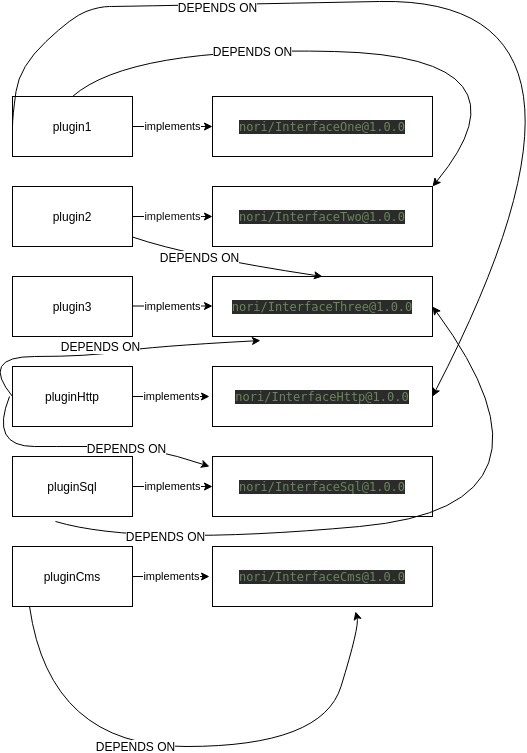
This is internal/dependency/schemes/TestDependencyGraph_SortWithRing.png from secure2work/nori, a draw.io export, as it was before one commit. Source tidied: cells renumbered, new cells last; positions are measured from the earlier drawing's top-left corner, leaving out a move shared by most shapes.
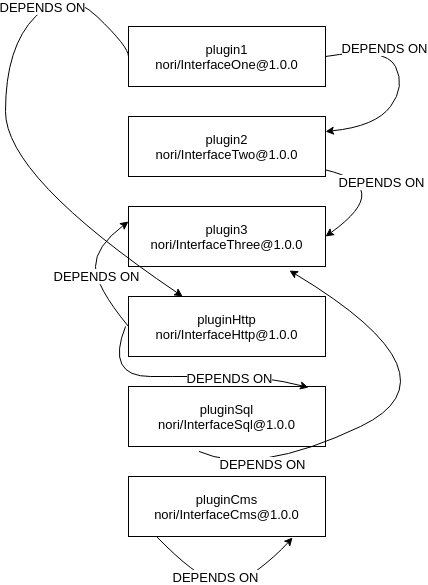
Above is the later version.

What changed in the source:
```diff
@@ -2,121 +2,65 @@
   <root>
     <mxCell id="0" />
     <mxCell id="1" parent="0" />
-    <mxCell id="2" value="plugin1" style="rounded=0;whiteSpace=wrap;html=1;" parent="1" vertex="1">
-      <mxGeometry x="33" y="100" width="120" height="60" as="geometry" />
+    <mxCell id="2" value="plugin1&lt;br style=&quot;font-size: 13px;&quot;&gt;&lt;div style=&quot;font-size: 13px;&quot;&gt;&lt;span style=&quot;font-size: 13px;&quot;&gt;nori/InterfaceOne@1.0.0&lt;/span&gt;&lt;/div&gt;" style="rounded=0;whiteSpace=wrap;html=1;labelBackgroundColor=#ffffff;fontColor=#000000;fontSize=13;fontFamily=Helvetica;" parent="1" vertex="1">
+      <mxGeometry x="33" y="100" width="197" height="60" as="geometry" />
     </mxCell>
-    <mxCell id="3" value="plugin2" style="rounded=0;whiteSpace=wrap;html=1;" parent="1" vertex="1">
-      <mxGeometry x="33" y="190" width="120" height="60" as="geometry" />
+    <mxCell id="3" value="plugin2&lt;br style=&quot;font-size: 13px;&quot;&gt;&lt;div style=&quot;font-size: 13px;&quot;&gt;&lt;span style=&quot;font-size: 13px;&quot;&gt;nori/InterfaceTwo@1.0.0&lt;/span&gt;&lt;/div&gt;" style="rounded=0;whiteSpace=wrap;html=1;labelBackgroundColor=#ffffff;fontColor=#000000;fontSize=13;fontFamily=Helvetica;" parent="1" vertex="1">
+      <mxGeometry x="33" y="190" width="197" height="60" as="geometry" />
     </mxCell>
-    <mxCell id="4" value="plugin3" style="rounded=0;whiteSpace=wrap;html=1;" parent="1" vertex="1">
-      <mxGeometry x="33" y="280" width="120" height="60" as="geometry" />
+    <mxCell id="4" value="plugin3&lt;br style=&quot;font-size: 13px;&quot;&gt;&lt;div style=&quot;font-size: 13px;&quot;&gt;&lt;span style=&quot;font-size: 13px;&quot;&gt;nori/InterfaceThree@1.0.0&lt;/span&gt;&lt;/div&gt;" style="rounded=0;whiteSpace=wrap;html=1;labelBackgroundColor=#ffffff;fontColor=#000000;fontSize=13;fontFamily=Helvetica;" parent="1" vertex="1">
+      <mxGeometry x="33" y="280" width="197" height="60" as="geometry" />
     </mxCell>
-    <mxCell id="5" value="pluginHttp" style="rounded=0;whiteSpace=wrap;html=1;" parent="1" vertex="1">
-      <mxGeometry x="33" y="370" width="120" height="60" as="geometry" />
+    <mxCell id="5" value="pluginHttp&lt;br style=&quot;font-size: 13px;&quot;&gt;&lt;div style=&quot;font-size: 13px;&quot;&gt;&lt;span style=&quot;font-size: 13px;&quot;&gt;nori/InterfaceHttp@1.0.0&lt;/span&gt;&lt;/div&gt;" style="rounded=0;whiteSpace=wrap;html=1;labelBackgroundColor=#ffffff;fontColor=#000000;fontSize=13;fontFamily=Helvetica;" parent="1" vertex="1">
+      <mxGeometry x="33" y="370" width="197" height="60" as="geometry" />
     </mxCell>
-    <mxCell id="6" value="implements" style="endArrow=classic;html=1;exitX=1;exitY=0.5;exitDx=0;exitDy=0;" parent="1" edge="1" source="5">
-      <mxGeometry relative="1" as="geometry">
-        <mxPoint x="230" y="400" as="targetPoint" />
-      </mxGeometry>
-    </mxCell>
-    <mxCell id="7" value="&lt;pre style=&quot;background-color: rgb(43 , 43 , 43) ; font-family: &amp;#34;dejavu sans mono&amp;#34; ; font-size: 9pt&quot;&gt;&lt;pre style=&quot;color: rgb(169 , 183 , 198) ; font-family: &amp;#34;dejavu sans mono&amp;#34; ; font-size: 9pt&quot;&gt;&lt;pre style=&quot;font-family: &amp;#34;dejavu sans mono&amp;#34; ; font-size: 9pt&quot;&gt;&lt;span style=&quot;color: #6a8759&quot;&gt;nori/InterfaceOne@1.0.0&lt;/span&gt;&lt;/pre&gt;&lt;/pre&gt;&lt;/pre&gt;" style="rounded=0;html=1;fontColor=#FFFFFF;whiteSpace=wrap;" parent="1" vertex="1">
-      <mxGeometry x="233" y="100" width="220" height="60" as="geometry" />
-    </mxCell>
-    <mxCell id="8" value="implements" style="endArrow=classic;html=1;exitX=1;exitY=0.5;exitDx=0;exitDy=0;entryX=0;entryY=0.5;entryDx=0;entryDy=0;" parent="1" edge="1" source="2" target="7">
-      <mxGeometry relative="1" as="geometry" />
-    </mxCell>
-    <mxCell id="9" value="Text" style="text;html=1;align=center;verticalAlign=middle;fontColor=#FFFFFF;" parent="1" vertex="1">
-      <mxGeometry x="266" y="230" width="40" height="20" as="geometry" />
-    </mxCell>
-    <mxCell id="10" value="&lt;pre style=&quot;background-color: rgb(43 , 43 , 43) ; font-family: &amp;#34;dejavu sans mono&amp;#34; ; font-size: 9pt&quot;&gt;&lt;pre style=&quot;color: rgb(169 , 183 , 198) ; font-family: &amp;#34;dejavu sans mono&amp;#34; ; font-size: 9pt&quot;&gt;&lt;pre style=&quot;font-family: &amp;#34;dejavu sans mono&amp;#34; ; font-size: 9pt&quot;&gt;&lt;span style=&quot;color: #6a8759&quot;&gt;nori/InterfaceTwo@1.0.0&lt;/span&gt;&lt;/pre&gt;&lt;/pre&gt;&lt;/pre&gt;" style="rounded=0;html=1;fontColor=#FFFFFF;whiteSpace=wrap;" parent="1" vertex="1">
-      <mxGeometry x="233" y="190" width="220" height="60" as="geometry" />
-    </mxCell>
-    <mxCell id="11" value="&lt;pre style=&quot;background-color: rgb(43 , 43 , 43) ; font-family: &amp;#34;dejavu sans mono&amp;#34; ; font-size: 9pt&quot;&gt;&lt;pre style=&quot;color: rgb(169 , 183 , 198) ; font-family: &amp;#34;dejavu sans mono&amp;#34; ; font-size: 9pt&quot;&gt;&lt;pre style=&quot;font-family: &amp;#34;dejavu sans mono&amp;#34; ; font-size: 9pt&quot;&gt;&lt;span style=&quot;color: #6a8759&quot;&gt;nori/InterfaceThree@1.0.0&lt;/span&gt;&lt;/pre&gt;&lt;/pre&gt;&lt;/pre&gt;" style="rounded=0;html=1;fontColor=#FFFFFF;whiteSpace=wrap;" parent="1" vertex="1">
-      <mxGeometry x="233" y="280" width="220" height="60" as="geometry" />
-    </mxCell>
-    <mxCell id="12" value="&lt;pre style=&quot;background-color: rgb(43 , 43 , 43) ; font-family: &amp;#34;dejavu sans mono&amp;#34; ; font-size: 9pt&quot;&gt;&lt;pre style=&quot;color: rgb(169 , 183 , 198) ; font-family: &amp;#34;dejavu sans mono&amp;#34; ; font-size: 9pt&quot;&gt;&lt;pre style=&quot;font-family: &amp;#34;dejavu sans mono&amp;#34; ; font-size: 9pt&quot;&gt;&lt;span style=&quot;color: #6a8759&quot;&gt;nori/InterfaceHttp@1.0.0&lt;/span&gt;&lt;/pre&gt;&lt;/pre&gt;&lt;/pre&gt;" style="rounded=0;html=1;fontColor=#FFFFFF;whiteSpace=wrap;" parent="1" vertex="1">
-      <mxGeometry x="233" y="370" width="220" height="60" as="geometry" />
-    </mxCell>
-    <mxCell id="13" value="implements" style="endArrow=classic;html=1;fontColor=#0F0F0F;exitX=1;exitY=0.5;exitDx=0;exitDy=0;entryX=0;entryY=0.5;entryDx=0;entryDy=0;" parent="1" edge="1" source="3" target="10">
-      <mxGeometry relative="1" as="geometry">
-        <Array as="points">
-          <mxPoint x="233" y="220" />
-        </Array>
-      </mxGeometry>
-    </mxCell>
-    <mxCell id="14" value="implements" style="endArrow=classic;html=1;fontColor=#000000;exitX=1;exitY=0.5;exitDx=0;exitDy=0;entryX=0;entryY=0.5;entryDx=0;entryDy=0;" parent="1" edge="1">
-      <mxGeometry relative="1" as="geometry">
-        <mxPoint x="153" y="309.5" as="sourcePoint" />
-        <mxPoint x="233" y="309.5" as="targetPoint" />
-        <Array as="points">
-          <mxPoint x="233" y="309.5" />
-        </Array>
-      </mxGeometry>
-    </mxCell>
-    <mxCell id="15" value="pluginSql" style="rounded=0;whiteSpace=wrap;html=1;" parent="1" vertex="1">
-      <mxGeometry x="33" y="460" width="120" height="60" as="geometry" />
+    <mxCell id="15" value="pluginSql&lt;br style=&quot;font-size: 13px;&quot;&gt;&lt;div style=&quot;font-size: 13px;&quot;&gt;&lt;span style=&quot;font-size: 13px;&quot;&gt;nori/InterfaceSql@1.0.0&lt;/span&gt;&lt;/div&gt;" style="rounded=0;whiteSpace=wrap;html=1;labelBackgroundColor=#ffffff;fontColor=#000000;fontSize=13;fontFamily=Helvetica;" parent="1" vertex="1">
+      <mxGeometry x="33" y="460" width="197" height="60" as="geometry" />
     </mxCell>
-    <mxCell id="16" value="implements" style="endArrow=classic;html=1;exitX=1;exitY=0.5;exitDx=0;exitDy=0;entryX=0;entryY=0.5;entryDx=0;entryDy=0;" parent="1" edge="1" source="15" target="17">
-      <mxGeometry relative="1" as="geometry" />
-    </mxCell>
-    <mxCell id="17" value="&lt;pre style=&quot;background-color: rgb(43 , 43 , 43) ; font-family: &amp;#34;dejavu sans mono&amp;#34; ; font-size: 9pt&quot;&gt;&lt;pre style=&quot;color: rgb(169 , 183 , 198) ; font-family: &amp;#34;dejavu sans mono&amp;#34; ; font-size: 9pt&quot;&gt;&lt;pre style=&quot;font-family: &amp;#34;dejavu sans mono&amp;#34; ; font-size: 9pt&quot;&gt;&lt;span style=&quot;color: #6a8759&quot;&gt;nori/InterfaceSql@1.0.0&lt;/span&gt;&lt;/pre&gt;&lt;/pre&gt;&lt;/pre&gt;" style="rounded=0;html=1;fontColor=#FFFFFF;whiteSpace=wrap;" parent="1" vertex="1">
-      <mxGeometry x="233" y="460" width="220" height="60" as="geometry" />
-    </mxCell>
-    <mxCell id="18" value="pluginCms" style="rounded=0;whiteSpace=wrap;html=1;" parent="1" vertex="1">
-      <mxGeometry x="33" y="550" width="120" height="60" as="geometry" />
+    <mxCell id="18" value="pluginCms&lt;br style=&quot;font-size: 13px;&quot;&gt;&lt;div style=&quot;font-size: 13px;&quot;&gt;&lt;span style=&quot;font-size: 13px;&quot;&gt;nori/InterfaceCms@1.0.0&lt;/span&gt;&lt;/div&gt;" style="rounded=0;whiteSpace=wrap;html=1;labelBackgroundColor=#ffffff;fontColor=#000000;fontSize=13;fontFamily=Helvetica;" parent="1" vertex="1">
+      <mxGeometry x="33" y="550" width="197" height="60" as="geometry" />
     </mxCell>
-    <mxCell id="19" value="implements" style="endArrow=classic;html=1;exitX=1;exitY=0.5;exitDx=0;exitDy=0;" parent="1" edge="1" source="18">
-      <mxGeometry relative="1" as="geometry">
-        <mxPoint x="230" y="580" as="targetPoint" />
-      </mxGeometry>
-    </mxCell>
-    <mxCell id="20" value="&lt;pre style=&quot;background-color: rgb(43 , 43 , 43) ; font-family: &amp;#34;dejavu sans mono&amp;#34; ; font-size: 9pt&quot;&gt;&lt;pre style=&quot;color: rgb(169 , 183 , 198) ; font-family: &amp;#34;dejavu sans mono&amp;#34; ; font-size: 9pt&quot;&gt;&lt;pre style=&quot;font-family: &amp;#34;dejavu sans mono&amp;#34; ; font-size: 9pt&quot;&gt;&lt;span style=&quot;color: #6a8759&quot;&gt;nori/InterfaceCms@1.0.0&lt;/span&gt;&lt;/pre&gt;&lt;/pre&gt;&lt;/pre&gt;" style="rounded=0;html=1;fontColor=#FFFFFF;whiteSpace=wrap;" parent="1" vertex="1">
-      <mxGeometry x="233" y="550" width="220" height="60" as="geometry" />
-    </mxCell>
-    <mxCell id="21" style="curved=1;endArrow=classic;html=1;exitX=0.5;exitY=0;exitDx=0;exitDy=0;entryX=1;entryY=0;entryDx=0;entryDy=0;" parent="1" edge="1" source="2" target="10">
+    <mxCell id="21" style="curved=1;endArrow=classic;html=1;exitX=1;exitY=0.5;exitDx=0;exitDy=0;entryX=1;entryY=0.25;entryDx=0;entryDy=0;labelBackgroundColor=#ffffff;fontColor=#000000;fontSize=13;fontFamily=Helvetica;" parent="1" edge="1" source="2" target="3">
       <mxGeometry relative="1" as="geometry">
         <Array as="points">
-          <mxPoint x="150" y="50" />
-          <mxPoint x="560" y="60" />
+          <mxPoint x="290" y="120" />
+          <mxPoint x="310" y="160" />
+          <mxPoint x="280" y="200" />
         </Array>
       </mxGeometry>
     </mxCell>
-    <mxCell id="22" value="DEPENDS ON" style="text;html=1;align=center;verticalAlign=middle;labelBackgroundColor=#ffffff;" parent="21" vertex="1">
+    <mxCell id="22" value="DEPENDS ON" style="text;html=1;align=center;verticalAlign=middle;labelBackgroundColor=#ffffff;fontColor=#000000;fontSize=13;fontFamily=Helvetica;" parent="21" vertex="1">
       <mxGeometry x="-0.4" y="-2" relative="1" as="geometry" />
     </mxCell>
-    <mxCell id="23" style="curved=1;endArrow=classic;html=1;exitX=0;exitY=0.5;exitDx=0;exitDy=0;entryX=1;entryY=0.5;entryDx=0;entryDy=0;" parent="1" edge="1" source="2" target="12">
+    <mxCell id="23" style="curved=1;endArrow=classic;html=1;exitX=0;exitY=0.5;exitDx=0;exitDy=0;labelBackgroundColor=#ffffff;fontColor=#000000;fontSize=13;fontFamily=Helvetica;" parent="1" edge="1" source="2" target="5">
       <mxGeometry relative="1" as="geometry">
         <Array as="points">
           <mxPoint x="33" y="120" />
-          <mxPoint x="40" y="70" />
-          <mxPoint x="93" y="20" />
-          <mxPoint x="120" y="10" />
-          <mxPoint x="140" y="10" />
-          <mxPoint x="660" />
+          <mxPoint x="-30" y="60" />
+          <mxPoint x="-90" y="120" />
+          <mxPoint x="-90" y="250" />
         </Array>
       </mxGeometry>
     </mxCell>
-    <mxCell id="24" value="DEPENDS ON" style="text;html=1;align=center;verticalAlign=middle;labelBackgroundColor=#ffffff;" parent="23" vertex="1">
+    <mxCell id="24" value="DEPENDS ON" style="text;html=1;align=center;verticalAlign=middle;labelBackgroundColor=#ffffff;fontColor=#000000;fontSize=13;fontFamily=Helvetica;" parent="23" vertex="1">
       <mxGeometry x="-0.51" y="-2" relative="1" as="geometry" />
     </mxCell>
-    <mxCell id="25" style="curved=1;endArrow=classic;html=1;exitX=0;exitY=0.5;exitDx=0;exitDy=0;entryX=0.218;entryY=1.067;entryDx=0;entryDy=0;entryPerimeter=0;" parent="1" edge="1" source="5" target="11">
+    <mxCell id="25" style="curved=1;endArrow=classic;html=1;exitX=0;exitY=0.5;exitDx=0;exitDy=0;labelBackgroundColor=#ffffff;fontColor=#000000;fontSize=13;fontFamily=Helvetica;entryX=0;entryY=0.25;entryDx=0;entryDy=0;" parent="1" edge="1" source="5" target="4">
       <mxGeometry relative="1" as="geometry">
         <Array as="points">
           <mxPoint y="360" />
-          <mxPoint x="110" y="360" />
-          <mxPoint x="170" y="350" />
+          <mxPoint y="320" />
         </Array>
       </mxGeometry>
     </mxCell>
-    <mxCell id="26" value="DEPENDS ON" style="text;html=1;align=center;verticalAlign=middle;labelBackgroundColor=#ffffff;" parent="25" vertex="1">
+    <mxCell id="26" value="DEPENDS ON" style="text;html=1;align=center;verticalAlign=middle;labelBackgroundColor=#ffffff;fontColor=#000000;fontSize=13;fontFamily=Helvetica;" parent="25" vertex="1">
       <mxGeometry x="-0.01" y="-2" relative="1" as="geometry">
-        <mxPoint x="6.6" y="-11.5" as="offset" />
+        <mxPoint x="-2" y="4.1" as="offset" />
       </mxGeometry>
     </mxCell>
-    <mxCell id="27" style="curved=1;endArrow=classic;html=1;" parent="1" edge="1">
+    <mxCell id="27" style="curved=1;endArrow=classic;html=1;entryX=0.914;entryY=0.017;entryDx=0;entryDy=0;labelBackgroundColor=#ffffff;fontColor=#000000;fontSize=13;fontFamily=Helvetica;entryPerimeter=0;" parent="1" edge="1" target="15">
       <mxGeometry relative="1" as="geometry">
         <mxPoint x="30" y="400" as="sourcePoint" />
-        <mxPoint x="230" y="470" as="targetPoint" />
         <Array as="points">
           <mxPoint x="10" y="450" />
           <mxPoint x="100" y="450" />
@@ -124,41 +68,43 @@
         </Array>
       </mxGeometry>
     </mxCell>
-    <mxCell id="28" value="DEPENDS ON" style="text;html=1;align=center;verticalAlign=middle;labelBackgroundColor=#ffffff;" parent="27" vertex="1">
+    <mxCell id="28" value="DEPENDS ON" style="text;html=1;align=center;verticalAlign=middle;labelBackgroundColor=#ffffff;fontColor=#000000;fontSize=13;fontFamily=Helvetica;" parent="27" vertex="1">
       <mxGeometry x="0.37" y="-1" relative="1" as="geometry" />
     </mxCell>
-    <mxCell id="29" style="curved=1;endArrow=classic;html=1;entryX=0.5;entryY=0;entryDx=0;entryDy=0;" parent="1" edge="1" source="3" target="11">
+    <mxCell id="29" style="curved=1;endArrow=classic;html=1;labelBackgroundColor=#ffffff;fontColor=#000000;fontSize=13;fontFamily=Helvetica;entryX=1;entryY=0.5;entryDx=0;entryDy=0;" parent="1" edge="1" source="3" target="4">
       <mxGeometry relative="1" as="geometry">
         <Array as="points">
-          <mxPoint x="210" y="260" />
+          <mxPoint x="300" y="260" />
         </Array>
       </mxGeometry>
     </mxCell>
-    <mxCell id="30" value="DEPENDS ON" style="text;html=1;align=center;verticalAlign=middle;labelBackgroundColor=#ffffff;" parent="29" vertex="1">
+    <mxCell id="30" value="DEPENDS ON" style="text;html=1;align=center;verticalAlign=middle;labelBackgroundColor=#ffffff;fontColor=#000000;fontSize=13;fontFamily=Helvetica;" parent="29" vertex="1">
       <mxGeometry x="-0.28" y="1" relative="1" as="geometry" />
     </mxCell>
-    <mxCell id="31" style="curved=1;endArrow=classic;html=1;exitX=0.358;exitY=1.083;exitDx=0;exitDy=0;exitPerimeter=0;entryX=1;entryY=0.5;entryDx=0;entryDy=0;" parent="1" edge="1" source="15" target="11">
+    <mxCell id="31" style="curved=1;endArrow=classic;html=1;exitX=0.358;exitY=1.083;exitDx=0;exitDy=0;exitPerimeter=0;entryX=0.817;entryY=1.067;entryDx=0;entryDy=0;entryPerimeter=0;labelBackgroundColor=#ffffff;fontColor=#000000;fontSize=13;fontFamily=Helvetica;" parent="1" edge="1" source="15" target="4">
       <mxGeometry relative="1" as="geometry">
         <Array as="points">
           <mxPoint x="160" y="550" />
-          <mxPoint x="600" y="510" />
+          <mxPoint x="370" y="450" />
         </Array>
       </mxGeometry>
     </mxCell>
-    <mxCell id="32" value="DEPENDS ON" style="text;html=1;align=center;verticalAlign=middle;labelBackgroundColor=#ffffff;" parent="31" vertex="1">
+    <mxCell id="32" value="DEPENDS ON" style="text;html=1;align=center;verticalAlign=middle;labelBackgroundColor=#ffffff;fontColor=#000000;fontSize=13;fontFamily=Helvetica;" parent="31" vertex="1">
       <mxGeometry x="-0.71" y="8" relative="1" as="geometry" />
     </mxCell>
-    <mxCell id="33" style="curved=1;endArrow=classic;html=1;exitX=0.142;exitY=1;exitDx=0;exitDy=0;exitPerimeter=0;entryX=0.65;entryY=1.083;entryDx=0;entryDy=0;entryPerimeter=0;" parent="1" edge="1" source="18" target="20">
+    <mxCell id="33" style="curved=1;endArrow=classic;html=1;exitX=0.142;exitY=1;exitDx=0;exitDy=0;exitPerimeter=0;entryX=0.833;entryY=1.017;entryDx=0;entryDy=0;entryPerimeter=0;labelBackgroundColor=#ffffff;fontColor=#000000;fontSize=13;fontFamily=Helvetica;" parent="1" edge="1" source="18" target="18">
       <mxGeometry relative="1" as="geometry">
         <Array as="points">
-          <mxPoint x="70" y="750" />
-          <mxPoint x="343" y="750" />
-          <mxPoint x="380" y="630" />
+          <mxPoint x="100" y="650" />
+          <mxPoint x="140" y="660" />
+          <mxPoint x="180" y="630" />
         </Array>
       </mxGeometry>
     </mxCell>
-    <mxCell id="34" value="DEPENDS ON" style="text;html=1;align=center;verticalAlign=middle;labelBackgroundColor=#ffffff;" parent="33" vertex="1">
-      <mxGeometry x="-0.18" y="1" relative="1" as="geometry" />
+    <mxCell id="34" value="DEPENDS ON" style="text;html=1;align=center;verticalAlign=middle;labelBackgroundColor=#ffffff;fontColor=#000000;fontSize=13;fontFamily=Helvetica;" parent="33" vertex="1">
+      <mxGeometry x="-0.18" y="1" relative="1" as="geometry">
+        <mxPoint x="6.1" y="-2.4" as="offset" />
+      </mxGeometry>
     </mxCell>
   </root>
 </mxGraphModel>
```
